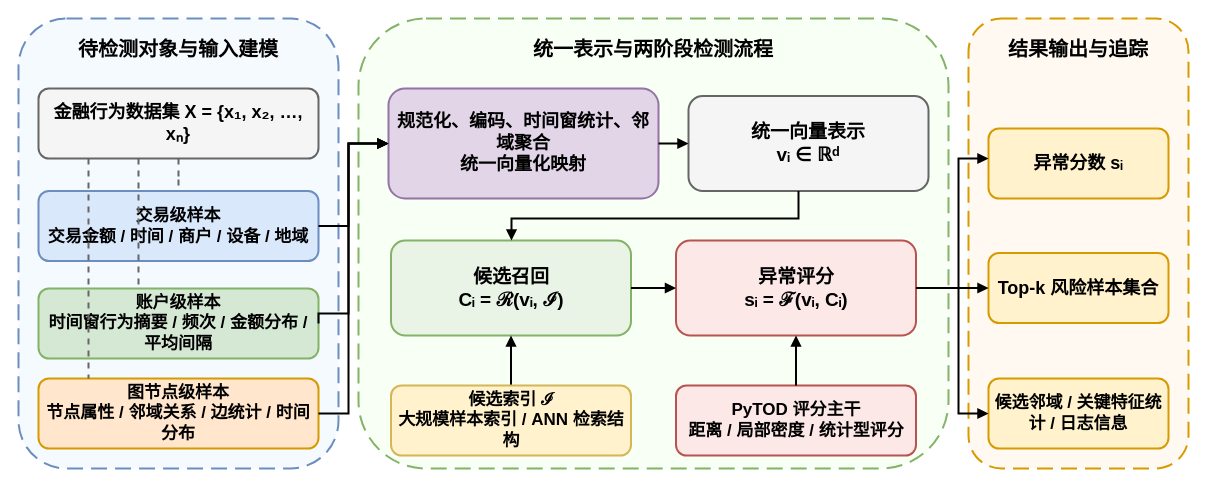
Earlier version of the draw.io diagram figures/fig3-1_financial_anomaly_task_model.drawio (HuangEven/latex-template). Source tidied: cells renumbered, new cells numbered last; positions are measured from the earlier drawing's top-left corner, leaving out a move shared by most shapes. Both pictures are drawn from the tidied source at 100%, with x=0, y=0 at pixel (18, 18).
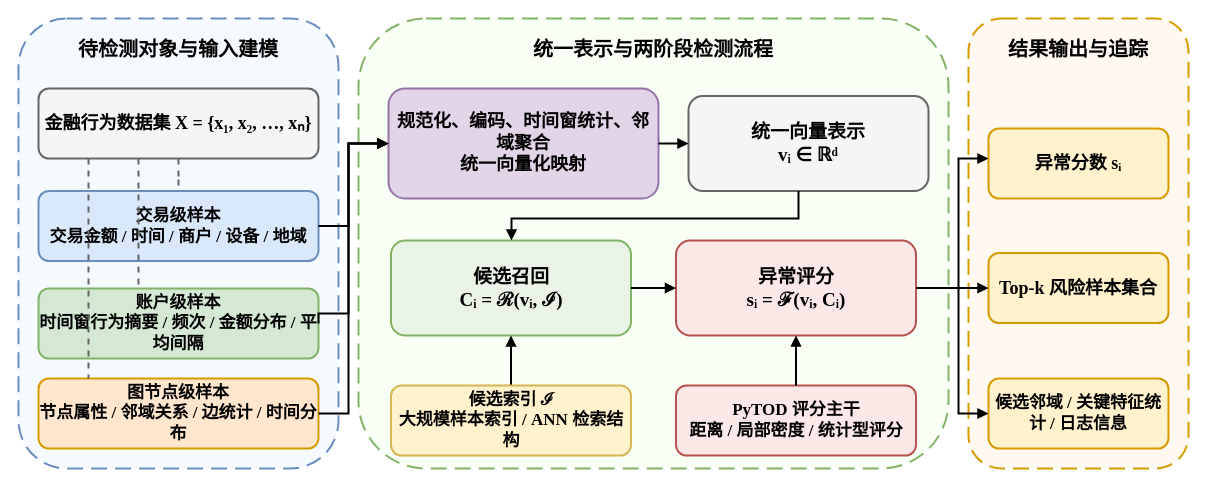
The same page after the edit.

The edit, as a diff of the source:
```diff
@@
-    <mxCell id="2" value="待检测对象与输入建模" style="rounded=1;whiteSpace=wrap;html=1;fontSize=20;fontStyle=1;fontFamily=Microsoft YaHei;align=center;verticalAlign=top;spacingTop=12;strokeWidth=2;dashed=1;dashPattern=8 4;fillColor=#F5FAFF;strokeColor=#6C8EBF;" parent="1" vertex="1">
+    <mxCell id="2" value="待检测对象与输入建模" style="rounded=1;whiteSpace=wrap;html=1;fontSize=20;fontStyle=1;fontFamily=Times New Roman;align=center;verticalAlign=top;spacingTop=12;strokeWidth=2;dashed=1;dashPattern=8 4;fillColor=#F5FAFF;strokeColor=#6C8EBF;" parent="1" vertex="1">
       <mxGeometry width="320" height="450" as="geometry" />
     </mxCell>
-    <mxCell id="3" value="统一表示与两阶段检测流程" style="rounded=1;whiteSpace=wrap;html=1;fontSize=20;fontStyle=1;fontFamily=Microsoft YaHei;align=center;verticalAlign=top;spacingTop=12;strokeWidth=2;dashed=1;dashPattern=8 4;fillColor=#F8FFF4;strokeColor=#82B366;" parent="1" vertex="1">
+    <mxCell id="3" value="统一表示与两阶段检测流程" style="rounded=1;whiteSpace=wrap;html=1;fontSize=20;fontStyle=1;fontFamily=Times New Roman;align=center;verticalAlign=top;spacingTop=12;strokeWidth=2;dashed=1;dashPattern=8 4;fillColor=#F8FFF4;strokeColor=#82B366;" parent="1" vertex="1">
       <mxGeometry x="340" width="590" height="450" as="geometry" />
     </mxCell>
-    <mxCell id="4" value="结果输出与追踪" style="rounded=1;whiteSpace=wrap;html=1;fontSize=20;fontStyle=1;fontFamily=Microsoft YaHei;align=center;verticalAlign=top;spacingTop=12;strokeWidth=2;dashed=1;dashPattern=8 4;fillColor=#FFF9F2;strokeColor=#D79B00;" parent="1" vertex="1">
+    <mxCell id="4" value="结果输出与追踪" style="rounded=1;whiteSpace=wrap;html=1;fontSize=20;fontStyle=1;fontFamily=Times New Roman;align=center;verticalAlign=top;spacingTop=12;strokeWidth=2;dashed=1;dashPattern=8 4;fillColor=#FFF9F2;strokeColor=#D79B00;" parent="1" vertex="1">
       <mxGeometry x="950" width="220" height="450" as="geometry" />
     </mxCell>
-    <mxCell id="5" value="金融行为数据集 X = {x₁, x₂, …, xₙ}" style="rounded=1;whiteSpace=wrap;html=1;fontSize=18;fontStyle=1;fontFamily=Microsoft YaHei;align=center;verticalAlign=middle;strokeWidth=2;fillColor=#F5F5F5;strokeColor=#666666;rotation=0;" parent="1" vertex="1">
+    <mxCell id="5" value="金融行为数据集 X = {x₁, x₂, …, xₙ}" style="rounded=1;whiteSpace=wrap;html=1;fontSize=18;fontStyle=1;fontFamily=Times New Roman;align=center;verticalAlign=middle;strokeWidth=2;fillColor=#F5F5F5;strokeColor=#666666;rotation=0;" parent="1" vertex="1">
       <mxGeometry x="20" y="70" width="280" height="70" as="geometry" />
     </mxCell>
-    <mxCell id="6" value="交易级样本&lt;br&gt;交易金额 / 时间 / 商户 / 设备 / 地域" style="rounded=1;whiteSpace=wrap;html=1;fontSize=17;fontFamily=Microsoft YaHei;align=center;verticalAlign=middle;strokeWidth=2;fillColor=#DAE8FC;strokeColor=#6C8EBF;fontStyle=1;rotation=0;" parent="1" vertex="1">
+    <mxCell id="6" value="交易级样本&lt;br&gt;交易金额 / 时间 / 商户 / 设备 / 地域" style="rounded=1;whiteSpace=wrap;html=1;fontSize=17;fontFamily=Times New Roman;align=center;verticalAlign=middle;strokeWidth=2;fillColor=#DAE8FC;strokeColor=#6C8EBF;fontStyle=1;rotation=0;" parent="1" vertex="1">
       <mxGeometry x="20" y="172.5" width="280" height="70" as="geometry" />
     </mxCell>
-    <mxCell id="7" value="账户级样本&lt;br&gt;时间窗行为摘要 / 频次 / 金额分布 / 平均间隔" style="rounded=1;whiteSpace=wrap;html=1;fontSize=17;fontFamily=Microsoft YaHei;align=center;verticalAlign=middle;strokeWidth=2;fillColor=#D5E8D4;strokeColor=#82B366;fontStyle=1;" parent="1" vertex="1">
+    <mxCell id="7" value="账户级样本&lt;br&gt;时间窗行为摘要 / 频次 / 金额分布 / 平均间隔" style="rounded=1;whiteSpace=wrap;html=1;fontSize=17;fontFamily=Times New Roman;align=center;verticalAlign=middle;strokeWidth=2;fillColor=#D5E8D4;strokeColor=#82B366;fontStyle=1;" parent="1" vertex="1">
       <mxGeometry x="20" y="270" width="280" height="70" as="geometry" />
     </mxCell>
-    <mxCell id="8" value="图节点级样本&lt;br&gt;节点属性 / 邻域关系 / 边统计 / 时间分布" style="rounded=1;whiteSpace=wrap;html=1;fontSize=17;fontFamily=Microsoft YaHei;align=center;verticalAlign=middle;strokeWidth=2;fillColor=#FFE6CC;strokeColor=#D79B00;fontStyle=1;rotation=0;" parent="1" vertex="1">
+    <mxCell id="8" value="图节点级样本&lt;br&gt;节点属性 / 邻域关系 / 边统计 / 时间分布" style="rounded=1;whiteSpace=wrap;html=1;fontSize=17;fontFamily=Times New Roman;align=center;verticalAlign=middle;strokeWidth=2;fillColor=#FFE6CC;strokeColor=#D79B00;fontStyle=1;rotation=0;" parent="1" vertex="1">
       <mxGeometry x="20" y="360" width="280" height="70" as="geometry" />
     </mxCell>
-    <mxCell id="9" value="规范化、编码、时间窗统计、邻域聚合&lt;br&gt;统一向量化映射" style="rounded=1;whiteSpace=wrap;html=1;fontSize=18;fontFamily=Microsoft YaHei;align=center;verticalAlign=middle;strokeWidth=2;fillColor=#E1D5E7;strokeColor=#9673A6;fontStyle=1;" parent="1" vertex="1">
+    <mxCell id="9" value="规范化、编码、时间窗统计、邻域聚合&lt;br&gt;统一向量化映射" style="rounded=1;whiteSpace=wrap;html=1;fontSize=18;fontFamily=Times New Roman;align=center;verticalAlign=middle;strokeWidth=2;fillColor=#E1D5E7;strokeColor=#9673A6;fontStyle=1;" parent="1" vertex="1">
       <mxGeometry x="370" y="70" width="270" height="110" as="geometry" />
     </mxCell>
-    <mxCell id="10" value="统一向量表示&lt;br&gt;vᵢ ∈ ℝᵈ" style="rounded=1;whiteSpace=wrap;html=1;fontSize=19;fontFamily=Microsoft YaHei;align=center;verticalAlign=middle;strokeWidth=2;fillColor=#F5F5F5;strokeColor=#666666;fontStyle=1;rotation=0;" parent="1" vertex="1">
+    <mxCell id="10" value="统一向量表示&lt;br&gt;vᵢ ∈ ℝᵈ" style="rounded=1;whiteSpace=wrap;html=1;fontSize=19;fontFamily=Times New Roman;align=center;verticalAlign=middle;strokeWidth=2;fillColor=#F5F5F5;strokeColor=#666666;fontStyle=1;rotation=0;" parent="1" vertex="1">
       <mxGeometry x="670" y="77.5" width="240" height="95" as="geometry" />
     </mxCell>
-    <mxCell id="11" value="候选召回&lt;br&gt;Cᵢ = ℛ(vᵢ, ℐ)" style="rounded=1;whiteSpace=wrap;html=1;fontSize=19;fontFamily=Microsoft YaHei;align=center;verticalAlign=middle;strokeWidth=2;fillColor=#EAF4E6;strokeColor=#82B366;fontStyle=1;" parent="1" vertex="1">
+    <mxCell id="11" value="候选召回&lt;br&gt;Cᵢ = ℛ(vᵢ, ℐ)" style="rounded=1;whiteSpace=wrap;html=1;fontSize=19;fontFamily=Times New Roman;align=center;verticalAlign=middle;strokeWidth=2;fillColor=#EAF4E6;strokeColor=#82B366;fontStyle=1;" parent="1" vertex="1">
       <mxGeometry x="372.5" y="222" width="240" height="95" as="geometry" />
     </mxCell>
@@
-    <mxCell id="13" value="候选索引 ℐ&lt;br&gt;大规模样本索引 / ANN 检索结构" style="rounded=1;whiteSpace=wrap;html=1;fontSize=17;fontFamily=Microsoft YaHei;align=center;verticalAlign=middle;strokeWidth=2;fillColor=#FFF2CC;strokeColor=#D6B656;fontStyle=1;" parent="1" vertex="1">
+    <mxCell id="13" value="候选索引 ℐ&lt;br&gt;大规模样本索引 / ANN 检索结构" style="rounded=1;whiteSpace=wrap;html=1;fontSize=17;fontFamily=Times New Roman;align=center;verticalAlign=middle;strokeWidth=2;fillColor=#FFF2CC;strokeColor=#D6B656;fontStyle=1;" parent="1" vertex="1">
       <mxGeometry x="372.5" y="367" width="240" height="70" as="geometry" />
     </mxCell>
-    <mxCell id="14" value="异常评分&lt;br&gt;sᵢ = ℱ(vᵢ, Cᵢ)" style="rounded=1;whiteSpace=wrap;html=1;fontSize=19;fontFamily=Microsoft YaHei;align=center;verticalAlign=middle;strokeWidth=2;fillColor=#FDE8E8;strokeColor=#B85450;fontStyle=1;" parent="1" vertex="1">
+    <mxCell id="14" value="异常评分&lt;br&gt;sᵢ = ℱ(vᵢ, Cᵢ)" style="rounded=1;whiteSpace=wrap;html=1;fontSize=19;fontFamily=Times New Roman;align=center;verticalAlign=middle;strokeWidth=2;fillColor=#FDE8E8;strokeColor=#B85450;fontStyle=1;" parent="1" vertex="1">
       <mxGeometry x="657.5" y="222" width="240" height="95" as="geometry" />
     </mxCell>
-    <mxCell id="15" value="PyTOD 评分主干&lt;br&gt;距离 / 局部密度 / 统计型评分" style="rounded=1;whiteSpace=wrap;html=1;fontSize=17;fontFamily=Microsoft YaHei;align=center;verticalAlign=middle;strokeWidth=2;fillColor=#FDE8E8;strokeColor=#B85450;fontStyle=1;" parent="1" vertex="1">
+    <mxCell id="15" value="PyTOD 评分主干&lt;br&gt;距离 / 局部密度 / 统计型评分" style="rounded=1;whiteSpace=wrap;html=1;fontSize=17;fontFamily=Times New Roman;align=center;verticalAlign=middle;strokeWidth=2;fillColor=#FDE8E8;strokeColor=#B85450;fontStyle=1;" parent="1" vertex="1">
       <mxGeometry x="657.5" y="367" width="240" height="70" as="geometry" />
     </mxCell>
-    <mxCell id="16" value="异常分数 sᵢ" style="rounded=1;whiteSpace=wrap;html=1;fontSize=18;fontFamily=Microsoft YaHei;align=center;verticalAlign=middle;strokeWidth=2;fillColor=#FFF2CC;strokeColor=#D79B00;fontStyle=1;rotation=0;" parent="1" vertex="1">
+    <mxCell id="16" value="异常分数 sᵢ" style="rounded=1;whiteSpace=wrap;html=1;fontSize=18;fontFamily=Times New Roman;align=center;verticalAlign=middle;strokeWidth=2;fillColor=#FFF2CC;strokeColor=#D79B00;fontStyle=1;rotation=0;" parent="1" vertex="1">
       <mxGeometry x="970" y="110" width="180" height="70" as="geometry" />
     </mxCell>
-    <mxCell id="17" value="Top-k 风险样本集合" style="rounded=1;whiteSpace=wrap;html=1;fontSize=18;fontFamily=Microsoft YaHei;align=center;verticalAlign=middle;strokeWidth=2;fillColor=#FFF2CC;strokeColor=#D79B00;fontStyle=1;" parent="1" vertex="1">
+    <mxCell id="17" value="Top-k 风险样本集合" style="rounded=1;whiteSpace=wrap;html=1;fontSize=18;fontFamily=Times New Roman;align=center;verticalAlign=middle;strokeWidth=2;fillColor=#FFF2CC;strokeColor=#D79B00;fontStyle=1;" parent="1" vertex="1">
       <mxGeometry x="970" y="234.5" width="180" height="70" as="geometry" />
     </mxCell>
-    <mxCell id="18" value="候选邻域 / 关键特征统计 / 日志信息" style="rounded=1;whiteSpace=wrap;html=1;fontSize=17;fontFamily=Microsoft YaHei;align=center;verticalAlign=middle;strokeWidth=2;fillColor=#FFF2CC;strokeColor=#D79B00;fontStyle=1;" parent="1" vertex="1">
+    <mxCell id="18" value="候选邻域 / 关键特征统计 / 日志信息" style="rounded=1;whiteSpace=wrap;html=1;fontSize=17;fontFamily=Times New Roman;align=center;verticalAlign=middle;strokeWidth=2;fillColor=#FFF2CC;strokeColor=#D79B00;fontStyle=1;" parent="1" vertex="1">
       <mxGeometry x="970" y="360" width="180" height="70" as="geometry" />
     </mxCell>
```
